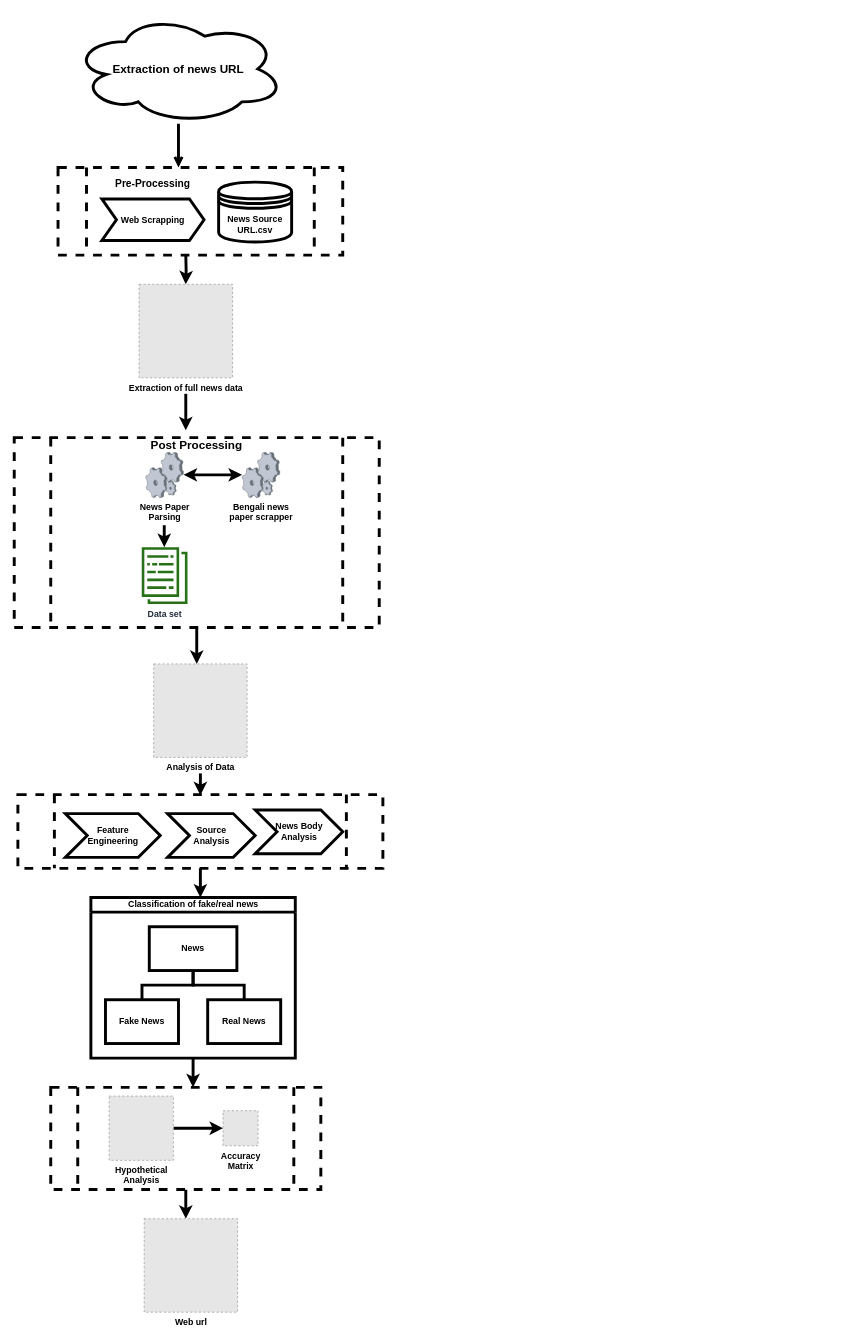
Above: page "Page-2" (2 of 2) of Motaleb/Untitled Diagram.drawio in minhazul-alam/News_Gen (draw.io), before the change. Source tidied: cells renumbered, new cells numbered last; positions are measured from the earlier drawing's top-left corner, leaving out a move shared by most shapes. Both pictures are drawn from the tidied source at 73%, with x=0, y=0 at pixel (14, 14). Pictures stored in the file or linked from it are replaced by grey dashed boxes.
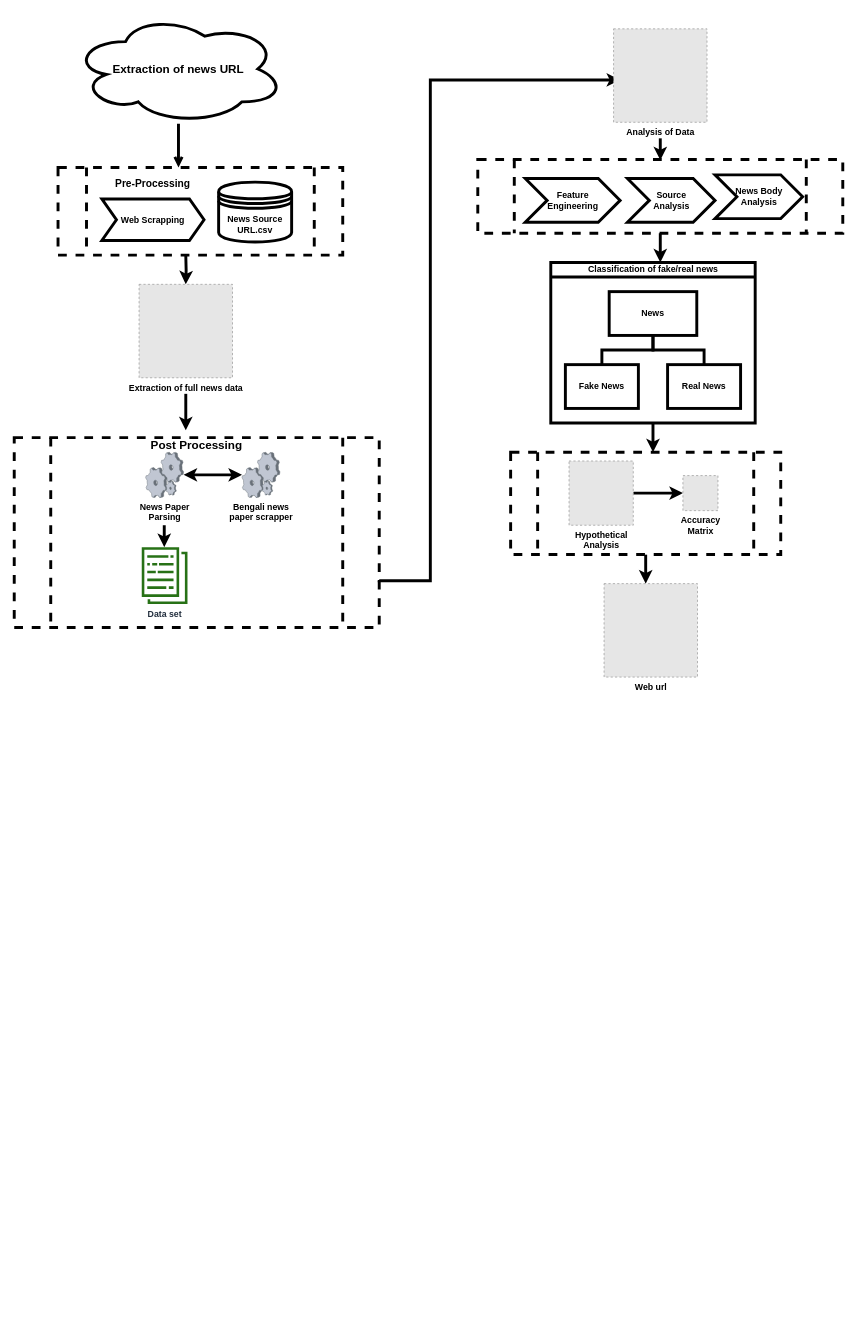
Above is the later version.

The change refers to these unchanged cells:
```xml
<mxCell id="12" style="shape=process;whiteSpace=wrap;html=1;backgroundOutline=1;strokeColor=#000000;strokeWidth=4;fillColor=none;gradientColor=#ffffff;dashed=1;" parent="1" vertex="1">
  <mxGeometry y="580" width="500" height="260" as="geometry" />
</mxCell>
```

What changed in the source:
```diff
@@
-    <mxCell id="11" style="edgeStyle=orthogonalEdgeStyle;rounded=0;jettySize=auto;html=1;startArrow=none;startFill=0;strokeWidth=4;" parent="1" edge="1" source="12">
+    <mxCell id="11" style="edgeStyle=orthogonalEdgeStyle;rounded=0;jettySize=auto;html=1;startArrow=none;startFill=0;strokeWidth=4;exitX=1;exitY=0.75;exitDx=0;exitDy=0;" parent="1" edge="1" source="12">
       <mxGeometry relative="1" as="geometry">
-        <mxPoint x="250" y="890" as="targetPoint" />
+        <mxPoint x="830" y="90" as="targetPoint" />
+        <Array as="points">
+          <mxPoint x="570" y="776" />
+          <mxPoint x="570" y="90" />
+        </Array>
       </mxGeometry>
     </mxCell>
@@
     <mxCell id="19" style="edgeStyle=orthogonalEdgeStyle;rounded=0;orthogonalLoop=1;jettySize=auto;html=1;startArrow=none;startFill=0;strokeWidth=4;" parent="1" edge="1">
       <mxGeometry relative="1" as="geometry">
-        <mxPoint x="255" y="1040" as="sourcePoint" />
-        <mxPoint x="255" y="1070" as="targetPoint" />
+        <mxPoint x="885" y="170" as="sourcePoint" />
+        <mxPoint x="885" y="200" as="targetPoint" />
       </mxGeometry>
     </mxCell>
     <mxCell id="20" value="&lt;b&gt;Analysis of Data&lt;/b&gt;" style="fillColor=#E6E6E6;strokeColor=#999999;dashed=1;html=1;verticalAlign=top;verticalLabelPosition=bottom;labelBackgroundColor=#ffffff;" parent="1" vertex="1">
-      <mxGeometry x="191" y="890" width="128" height="128" as="geometry" />
+      <mxGeometry x="821" y="20" width="128" height="128" as="geometry" />
     </mxCell>
     <mxCell id="21" style="edgeStyle=orthogonalEdgeStyle;rounded=0;jettySize=auto;html=1;startArrow=none;startFill=0;strokeWidth=4;" parent="1" edge="1" source="22">
       <mxGeometry relative="1" as="geometry">
-        <mxPoint x="255" y="1210" as="targetPoint" />
+        <mxPoint x="885" y="340" as="targetPoint" />
       </mxGeometry>
     </mxCell>
     <mxCell id="22" style="shape=process;whiteSpace=wrap;html=1;backgroundOutline=1;strokeColor=#000000;strokeWidth=4;fillColor=none;gradientColor=#ffffff;dashed=1;" parent="1" vertex="1">
-      <mxGeometry x="5" y="1069" width="500" height="101" as="geometry" />
+      <mxGeometry x="635" y="199" width="500" height="101" as="geometry" />
     </mxCell>
     <mxCell id="23" value="&lt;div&gt;&lt;b&gt;Source&lt;/b&gt;&lt;/div&gt;&lt;div&gt;&lt;b&gt;Analysis&lt;br&gt;&lt;/b&gt;&lt;/div&gt;" style="html=1;shadow=0;dashed=0;align=center;verticalAlign=middle;shape=mxgraph.arrows2.arrow;dy=0;dx=30;notch=30;strokeWidth=4;" parent="1" vertex="1">
-      <mxGeometry x="210" y="1095" width="120" height="60" as="geometry" />
+      <mxGeometry x="840" y="225" width="120" height="60" as="geometry" />
     </mxCell>
     <mxCell id="24" value="&lt;div&gt;&lt;b&gt;Feature&lt;/b&gt;&lt;/div&gt;&lt;div&gt;&lt;b&gt;Engineering&lt;br&gt;&lt;/b&gt;&lt;/div&gt;" style="html=1;shadow=0;dashed=0;align=center;verticalAlign=middle;shape=mxgraph.arrows2.arrow;dy=0;dx=30;notch=30;strokeWidth=4;" parent="1" vertex="1">
-      <mxGeometry x="70" y="1095" width="130" height="60" as="geometry" />
+      <mxGeometry x="700" y="225" width="130" height="60" as="geometry" />
     </mxCell>
     <mxCell id="25" value="&lt;div&gt;&lt;b&gt;News Body&lt;/b&gt;&lt;/div&gt;&lt;div&gt;&lt;b&gt;Analysis&lt;br&gt;&lt;/b&gt;&lt;/div&gt;" style="html=1;shadow=0;dashed=0;align=center;verticalAlign=middle;shape=mxgraph.arrows2.arrow;dy=0;dx=30;notch=30;strokeWidth=4;" parent="1" vertex="1">
-      <mxGeometry x="330" y="1090" width="120" height="60" as="geometry" />
+      <mxGeometry x="960" y="220" width="120" height="60" as="geometry" />
     </mxCell>
     <mxCell id="26" style="edgeStyle=orthogonalEdgeStyle;rounded=0;jettySize=auto;html=1;startArrow=none;startFill=0;strokeWidth=4;" parent="1" edge="1" source="27">
       <mxGeometry relative="1" as="geometry">
-        <mxPoint x="245" y="1470" as="targetPoint" />
+        <mxPoint x="875" y="600" as="targetPoint" />
       </mxGeometry>
     </mxCell>
     <mxCell id="27" value="Classification of fake/real news" style="swimlane;html=1;startSize=20;horizontal=1;containerType=tree;strokeWidth=4;" parent="1" vertex="1">
-      <mxGeometry x="105" y="1210" width="280" height="220" as="geometry" />
+      <mxGeometry x="735" y="340" width="280" height="220" as="geometry" />
     </mxCell>
@@
     <mxCell id="33" style="edgeStyle=orthogonalEdgeStyle;rounded=0;jettySize=auto;html=1;startArrow=none;startFill=0;strokeWidth=4;" parent="1" edge="1" source="34">
       <mxGeometry relative="1" as="geometry">
-        <mxPoint x="235" y="1650" as="targetPoint" />
+        <mxPoint x="865" y="780" as="targetPoint" />
       </mxGeometry>
     </mxCell>
     <mxCell id="34" style="shape=process;whiteSpace=wrap;html=1;backgroundOutline=1;dashed=1;strokeWidth=4;" parent="1" vertex="1">
-      <mxGeometry x="50" y="1470" width="370" height="140" as="geometry" />
+      <mxGeometry x="680" y="600" width="370" height="140" as="geometry" />
     </mxCell>
@@
     <mxCell id="36" value="&lt;div&gt;&lt;b&gt;Hypothetical&lt;/b&gt;&lt;/div&gt;&lt;div&gt;&lt;b&gt;Analysis&lt;br&gt;&lt;/b&gt;&lt;/div&gt;" style="fillColor=#E6E6E6;strokeColor=#999999;dashed=1;html=1;verticalAlign=top;verticalLabelPosition=bottom;labelBackgroundColor=#ffffff;" parent="1" vertex="1">
-      <mxGeometry x="130" y="1482" width="88" height="88" as="geometry" />
+      <mxGeometry x="760" y="612" width="88" height="88" as="geometry" />
     </mxCell>
     <mxCell id="37" value="&lt;div&gt;&lt;b&gt;Accuracy&lt;/b&gt;&lt;/div&gt;&lt;div&gt;&lt;b&gt; Matrix&lt;/b&gt;&lt;/div&gt;" style="fillColor=#E6E6E6;strokeColor=#999999;dashed=1;html=1;verticalAlign=top;verticalLabelPosition=bottom;labelBackgroundColor=#ffffff;" parent="1" vertex="1">
-      <mxGeometry x="286" y="1502" width="48" height="48" as="geometry" />
+      <mxGeometry x="916" y="632" width="48" height="48" as="geometry" />
     </mxCell>
     <mxCell id="38" value="&lt;b&gt;Web url&lt;/b&gt;" style="fillColor=#E6E6E6;strokeColor=#999999;dashed=1;html=1;verticalAlign=top;verticalLabelPosition=bottom;labelBackgroundColor=#ffffff;" parent="1" vertex="1">
-      <mxGeometry x="178" y="1650" width="128" height="128" as="geometry" />
+      <mxGeometry x="808" y="780" width="128" height="128" as="geometry" />
     </mxCell>
```
